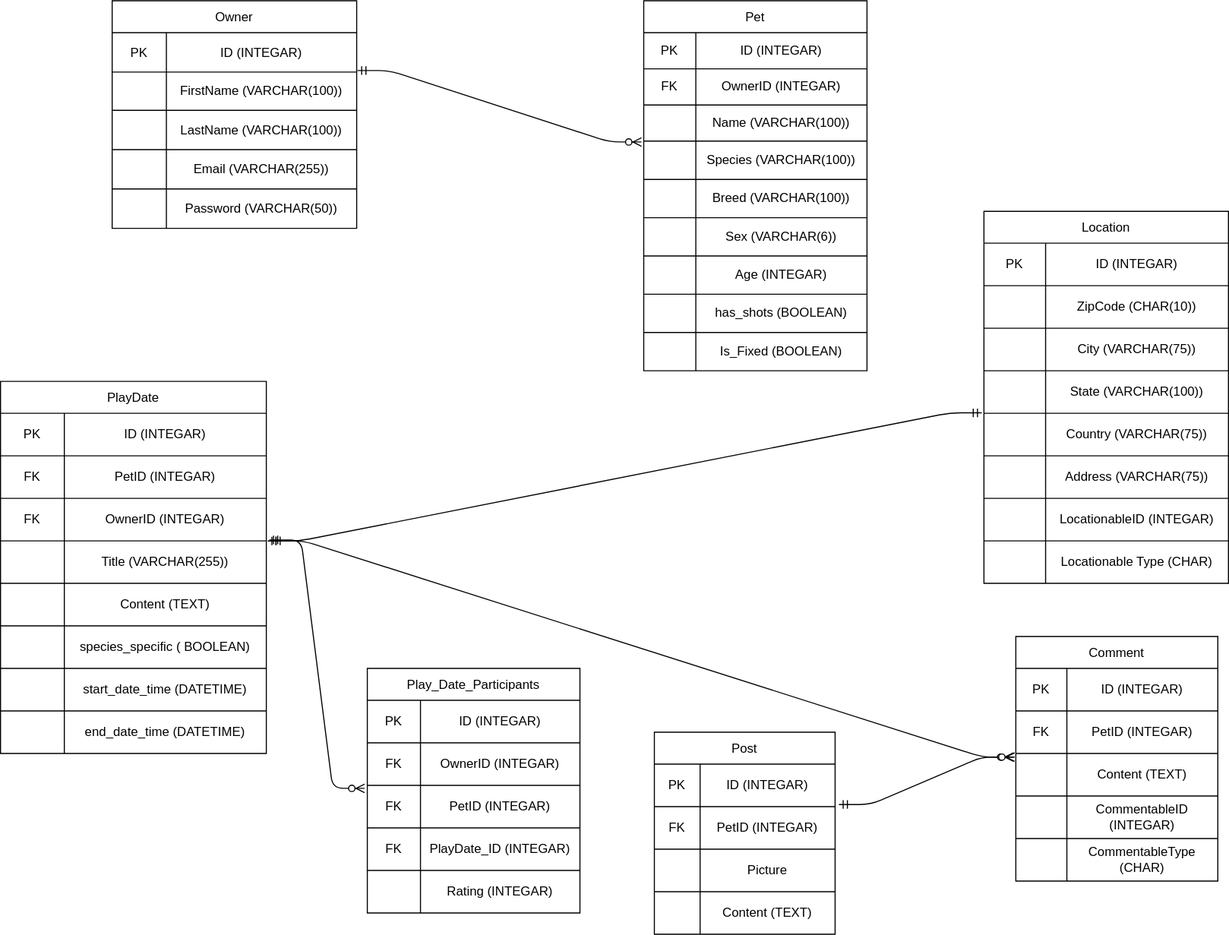
Above: project.drawio.svg in Topaz712/pet_project_erd (draw.io), before the change. Source tidied: cells renumbered, new cells last; positions are measured from the earlier drawing's top-left corner, leaving out a move shared by most shapes.
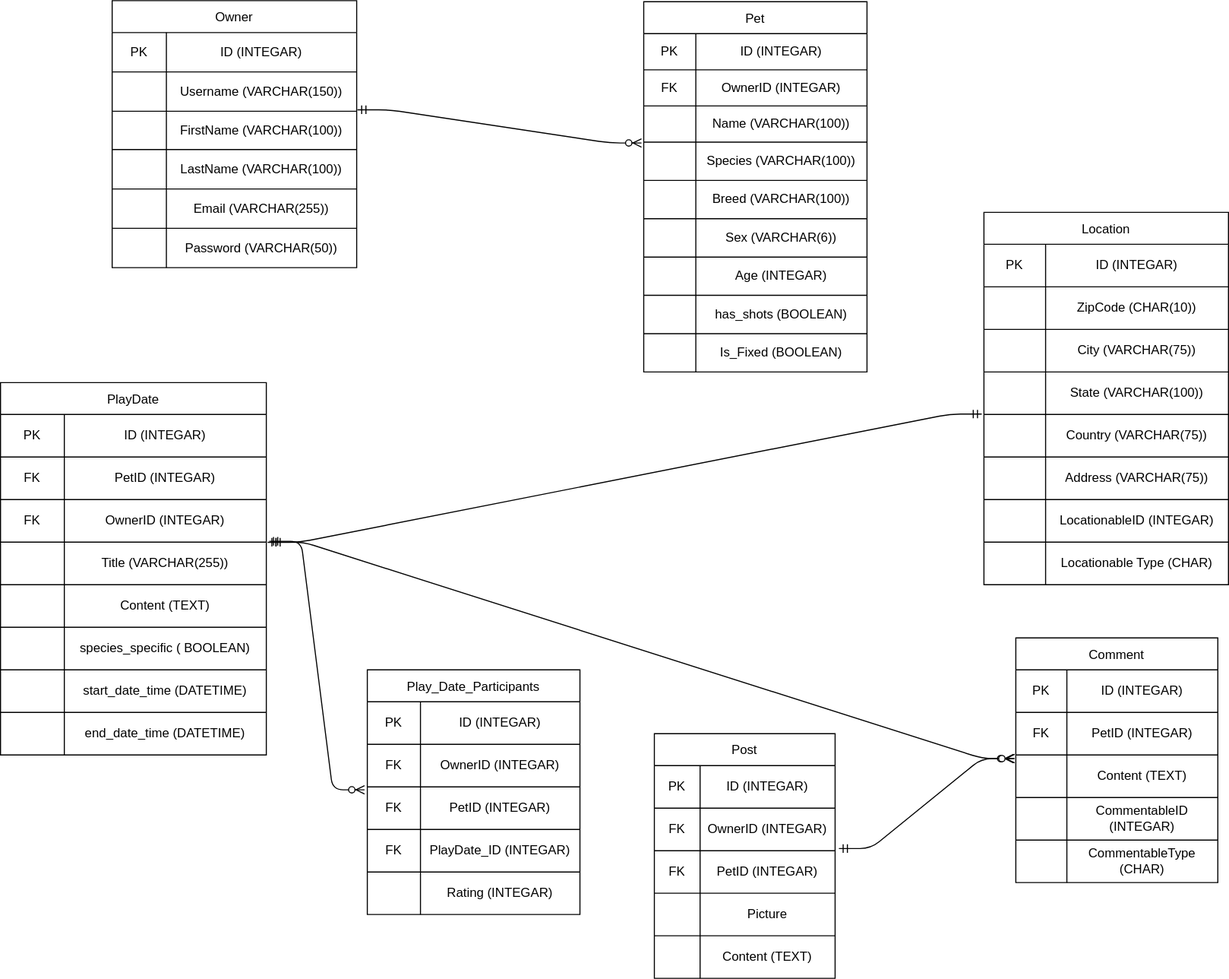
After the change.

Commit message:
added owner-id to post

The edit, as a diff of the source:
```diff
@@ -3,7 +3,7 @@
     <mxCell id="0" />
     <mxCell id="1" parent="0" />
     <mxCell id="2" value="Owner" style="shape=table;startSize=30;" parent="1" vertex="1">
-      <mxGeometry x="105" width="230" height="214" as="geometry" />
+      <mxGeometry x="105" y="-1" width="230" height="251" as="geometry" />
     </mxCell>
     <mxCell id="3" style="shape=tableRow;horizontal=0;startSize=0;swimlaneHead=0;swimlaneBody=0;top=0;left=0;bottom=0;right=0;fillColor=none;" parent="2" vertex="1">
       <mxGeometry y="30" width="230" height="37" as="geometry" />
@@ -14,8 +14,17 @@
     <mxCell id="5" value="ID (INTEGAR)" style="shape=partialRectangle;html=1;whiteSpace=wrap;overflow=hidden;fillColor=none;top=0;left=0;bottom=0;right=0;" parent="3" vertex="1">
       <mxGeometry x="51" width="179" height="37" as="geometry" />
     </mxCell>
+    <mxCell id="146" style="shape=tableRow;horizontal=0;startSize=0;swimlaneHead=0;swimlaneBody=0;top=0;left=0;bottom=0;right=0;fillColor=none;" parent="2" vertex="1">
+      <mxGeometry y="67" width="230" height="37" as="geometry" />
+    </mxCell>
+    <mxCell id="147" style="shape=partialRectangle;html=1;whiteSpace=wrap;overflow=hidden;fillColor=none;top=0;left=0;bottom=0;right=0;" parent="146" vertex="1">
+      <mxGeometry width="51" height="37" as="geometry" />
+    </mxCell>
+    <mxCell id="148" value="Username (VARCHAR(150))" style="shape=partialRectangle;html=1;whiteSpace=wrap;overflow=hidden;fillColor=none;top=0;left=0;bottom=0;right=0;" parent="146" vertex="1">
+      <mxGeometry x="51" width="179" height="37" as="geometry" />
+    </mxCell>
     <mxCell id="6" style="shape=tableRow;horizontal=0;startSize=0;swimlaneHead=0;swimlaneBody=0;top=0;left=0;bottom=0;right=0;fillColor=none;points=[[0,0.5],[1,0.5]];portConstraint=eastwest;" parent="2" vertex="1">
-      <mxGeometry y="67" width="230" height="36" as="geometry" />
+      <mxGeometry y="104" width="230" height="36" as="geometry" />
     </mxCell>
     <mxCell id="7" style="shape=partialRectangle;html=1;whiteSpace=wrap;overflow=hidden;fillColor=none;top=0;left=0;bottom=0;right=0;" parent="6" vertex="1">
       <mxGeometry width="51" height="36" as="geometry" />
@@ -24,7 +33,7 @@
       <mxGeometry x="51" width="179" height="36" as="geometry" />
     </mxCell>
     <mxCell id="9" style="shape=tableRow;horizontal=0;startSize=0;swimlaneHead=0;swimlaneBody=0;top=0;left=0;bottom=0;right=0;fillColor=none;" parent="2" vertex="1">
-      <mxGeometry y="103" width="230" height="37" as="geometry" />
+      <mxGeometry y="140" width="230" height="37" as="geometry" />
     </mxCell>
     <mxCell id="10" style="shape=partialRectangle;html=1;whiteSpace=wrap;overflow=hidden;fillColor=none;top=0;left=0;bottom=0;right=0;" parent="9" vertex="1">
       <mxGeometry width="51" height="37" as="geometry" />
@@ -33,7 +42,7 @@
       <mxGeometry x="51" width="179" height="37" as="geometry" />
     </mxCell>
     <mxCell id="12" style="shape=tableRow;horizontal=0;startSize=0;swimlaneHead=0;swimlaneBody=0;top=0;left=0;bottom=0;right=0;fillColor=none;" parent="2" vertex="1">
-      <mxGeometry y="140" width="230" height="37" as="geometry" />
+      <mxGeometry y="177" width="230" height="37" as="geometry" />
     </mxCell>
     <mxCell id="13" style="shape=partialRectangle;html=1;whiteSpace=wrap;overflow=hidden;fillColor=none;top=0;left=0;bottom=0;right=0;" parent="12" vertex="1">
       <mxGeometry width="51" height="37" as="geometry" />
@@ -42,7 +51,7 @@
       <mxGeometry x="51" width="179" height="37" as="geometry" />
     </mxCell>
     <mxCell id="15" style="shape=tableRow;horizontal=0;startSize=0;swimlaneHead=0;swimlaneBody=0;top=0;left=0;bottom=0;right=0;fillColor=none;" parent="2" vertex="1">
-      <mxGeometry y="177" width="230" height="37" as="geometry" />
+      <mxGeometry y="214" width="230" height="37" as="geometry" />
     </mxCell>
     <mxCell id="16" style="shape=partialRectangle;html=1;whiteSpace=wrap;overflow=hidden;fillColor=none;top=0;left=0;bottom=0;right=0;" parent="15" vertex="1">
       <mxGeometry width="51" height="37" as="geometry" />
@@ -231,7 +240,7 @@
       <mxGeometry x="48" width="142" height="40" as="geometry" />
     </mxCell>
     <mxCell id="78" value="Post" style="shape=table;startSize=30;" parent="1" vertex="1">
-      <mxGeometry x="615" y="688" width="170" height="190" as="geometry" />
+      <mxGeometry x="615" y="688" width="170" height="230" as="geometry" />
     </mxCell>
     <mxCell id="79" style="shape=tableRow;horizontal=0;startSize=0;swimlaneHead=0;swimlaneBody=0;top=0;left=0;bottom=0;right=0;fillColor=none;" parent="78" vertex="1">
       <mxGeometry y="30" width="170" height="40" as="geometry" />
@@ -242,8 +251,17 @@
     <mxCell id="81" value="ID (INTEGAR)" style="shape=partialRectangle;html=1;whiteSpace=wrap;overflow=hidden;fillColor=none;top=0;left=0;bottom=0;right=0;" parent="79" vertex="1">
       <mxGeometry x="43" width="127" height="40" as="geometry" />
     </mxCell>
+    <mxCell id="149" style="shape=tableRow;horizontal=0;startSize=0;swimlaneHead=0;swimlaneBody=0;top=0;left=0;bottom=0;right=0;fillColor=none;" parent="78" vertex="1">
+      <mxGeometry y="70" width="170" height="40" as="geometry" />
+    </mxCell>
+    <mxCell id="150" value="FK" style="shape=partialRectangle;html=1;whiteSpace=wrap;overflow=hidden;fillColor=none;top=0;left=0;bottom=0;right=0;" parent="149" vertex="1">
+      <mxGeometry width="43" height="40" as="geometry" />
+    </mxCell>
+    <mxCell id="151" value="OwnerID (INTEGAR)" style="shape=partialRectangle;html=1;whiteSpace=wrap;overflow=hidden;fillColor=none;top=0;left=0;bottom=0;right=0;" parent="149" vertex="1">
+      <mxGeometry x="43" width="127" height="40" as="geometry" />
+    </mxCell>
     <mxCell id="82" style="shape=tableRow;horizontal=0;startSize=0;swimlaneHead=0;swimlaneBody=0;top=0;left=0;bottom=0;right=0;fillColor=none;points=[[0,0.5],[1,0.5]];portConstraint=eastwest;" parent="78" vertex="1">
-      <mxGeometry y="70" width="170" height="40" as="geometry" />
+      <mxGeometry y="110" width="170" height="40" as="geometry" />
     </mxCell>
     <mxCell id="83" value="FK" style="shape=partialRectangle;html=1;whiteSpace=wrap;overflow=hidden;fillColor=none;top=0;left=0;bottom=0;right=0;" parent="82" vertex="1">
       <mxGeometry width="43" height="40" as="geometry" />
@@ -252,7 +270,7 @@
       <mxGeometry x="43" width="127" height="40" as="geometry" />
     </mxCell>
     <mxCell id="85" style="shape=tableRow;horizontal=0;startSize=0;swimlaneHead=0;swimlaneBody=0;top=0;left=0;bottom=0;right=0;fillColor=none;" parent="78" vertex="1">
-      <mxGeometry y="110" width="170" height="40" as="geometry" />
+      <mxGeometry y="150" width="170" height="40" as="geometry" />
     </mxCell>
     <mxCell id="86" style="shape=partialRectangle;html=1;whiteSpace=wrap;overflow=hidden;fillColor=none;top=0;left=0;bottom=0;right=0;" parent="85" vertex="1">
       <mxGeometry width="43" height="40" as="geometry" />
@@ -261,7 +279,7 @@
       <mxGeometry x="43" width="127" height="40" as="geometry" />
     </mxCell>
     <mxCell id="88" style="shape=tableRow;horizontal=0;startSize=0;swimlaneHead=0;swimlaneBody=0;top=0;left=0;bottom=0;right=0;fillColor=none;" parent="78" vertex="1">
-      <mxGeometry y="150" width="170" height="40" as="geometry" />
+      <mxGeometry y="190" width="170" height="40" as="geometry" />
     </mxCell>
     <mxCell id="89" style="shape=partialRectangle;html=1;whiteSpace=wrap;overflow=hidden;fillColor=none;top=0;left=0;bottom=0;right=0;" parent="88" vertex="1">
       <mxGeometry width="43" height="40" as="geometry" />
```
